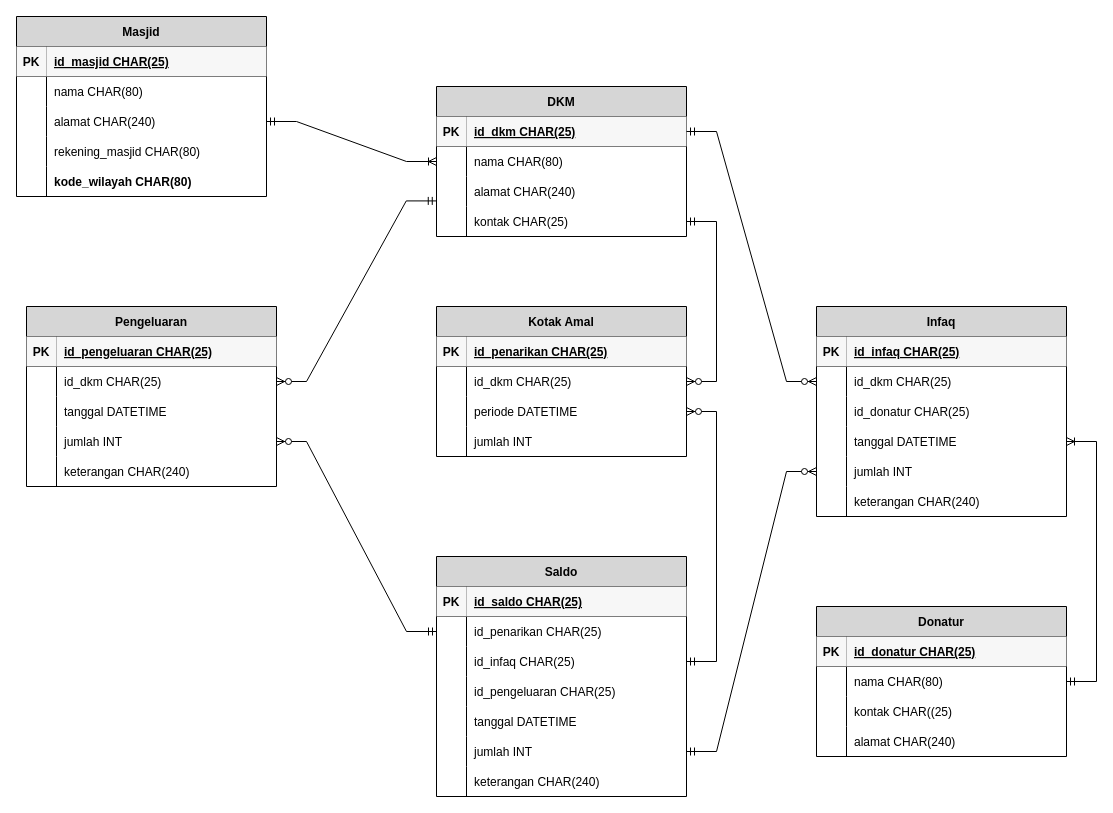
Above: pertemuan3/ERD.drawio in rifkymaulana6/IF214002 (draw.io), before the change. Source tidied: cells renumbered, new cells numbered last; positions are measured from the earlier drawing's top-left corner, leaving out a move shared by most shapes. Both pictures are drawn from the tidied source at 100%, with x=0, y=0 at pixel (16, 16).
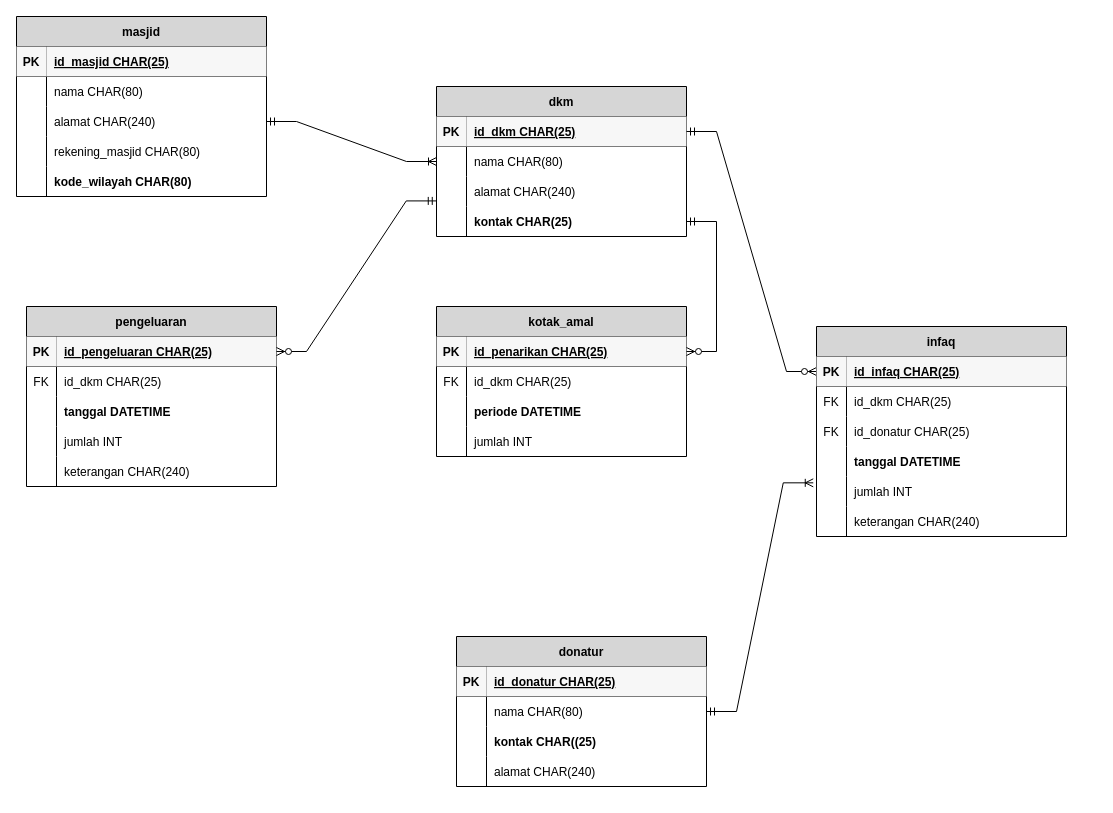
After the change.

Unchanged cells that the change refers to:
```xml
<mxCell id="19" style="shape=partialRectangle;fillColor=none;points=[[0,0.5],[1,0.5]];portConstraint=eastwest;top=0;left=0;right=0;bottom=1;" parent="18" vertex="1">
  <mxGeometry y="30" width="250" height="30" as="geometry" />
</mxCell>
<mxCell id="28" style="shape=partialRectangle;fillColor=none;points=[[0,0.5],[1,0.5]];portConstraint=eastwest;top=0;left=0;right=0;bottom=0;" parent="18" vertex="1">
  <mxGeometry y="120" width="250" height="30" as="geometry" />
</mxCell>
<mxCell id="33" style="shape=partialRectangle;fillColor=none;points=[[0,0.5],[1,0.5]];portConstraint=eastwest;top=0;left=0;right=0;bottom=1;" parent="32" vertex="1">
  <mxGeometry y="30" width="250" height="30" as="geometry" />
</mxCell>
<mxCell id="39" style="shape=partialRectangle;fillColor=none;points=[[0,0.5],[1,0.5]];portConstraint=eastwest;top=0;left=0;right=0;bottom=0;" parent="32" vertex="1">
  <mxGeometry y="90" width="250" height="30" as="geometry" />
</mxCell>
<mxCell id="47" style="shape=partialRectangle;fillColor=none;points=[[0,0.5],[1,0.5]];portConstraint=eastwest;top=0;left=0;right=0;bottom=1;" parent="46" vertex="1">
  <mxGeometry y="30" width="250" height="30" as="geometry" />
</mxCell>
<mxCell id="56" style="shape=partialRectangle;fillColor=none;points=[[0,0.5],[1,0.5]];portConstraint=eastwest;top=0;left=0;right=0;bottom=0;" parent="46" vertex="1">
  <mxGeometry y="120" width="250" height="30" as="geometry" />
</mxCell>
<mxCell id="59" style="shape=partialRectangle;fillColor=none;points=[[0,0.5],[1,0.5]];portConstraint=eastwest;top=0;left=0;right=0;bottom=0;" parent="46" vertex="1">
  <mxGeometry y="150" width="250" height="30" as="geometry" />
</mxCell>
<mxCell id="73" style="shape=partialRectangle;fillColor=none;top=0;left=0;right=0;bottom=0;" parent="66" vertex="1">
  <mxGeometry y="90" width="250" height="30" as="geometry" />
</mxCell>
<mxCell id="81" style="shape=partialRectangle;fillColor=none;points=[[0,0.5],[1,0.5]];portConstraint=eastwest;top=0;left=0;right=0;bottom=1;" parent="80" vertex="1">
  <mxGeometry y="30" width="250" height="30" as="geometry" />
</mxCell>
<mxCell id="87" style="shape=partialRectangle;fillColor=none;top=0;left=0;right=0;bottom=0;" parent="80" vertex="1">
  <mxGeometry y="90" width="250" height="30" as="geometry" />
</mxCell>
<mxCell id="90" style="shape=partialRectangle;fillColor=none;points=[[0,0.5],[1,0.5]];portConstraint=eastwest;top=0;left=0;right=0;bottom=0;" parent="80" vertex="1">
  <mxGeometry y="120" width="250" height="30" as="geometry" />
</mxCell>
```

Diff of the diagram source:
```diff
@@
-    <mxCell id="2" value="Masjid" style="shape=table;startSize=30;childLayout=tableLayout;rowLines=0;fontStyle=1;align=center;fillColor=#D6D6D6;" parent="1" vertex="1">
+    <mxCell id="2" value="masjid" style="shape=table;startSize=30;childLayout=tableLayout;rowLines=0;fontStyle=1;align=center;fillColor=#D6D6D6;" parent="1" vertex="1">
       <mxGeometry width="250" height="180" as="geometry" />
     </mxCell>
@@
-    <mxCell id="18" value="DKM" style="shape=table;startSize=30;childLayout=tableLayout;rowLines=0;fontStyle=1;align=center;fillColor=#D6D6D6;" parent="1" vertex="1">
+    <mxCell id="18" value="dkm" style="shape=table;startSize=30;childLayout=tableLayout;rowLines=0;fontStyle=1;align=center;fillColor=#D6D6D6;" parent="1" vertex="1">
       <mxGeometry x="420" y="70" width="250" height="150" as="geometry" />
     </mxCell>
@@
-    <mxCell id="30" value="kontak CHAR(25)" style="shape=partialRectangle;overflow=hidden;fillColor=none;top=0;left=0;bottom=0;right=0;align=left;spacingLeft=6;fontStyle=0;" parent="28" vertex="1">
+    <mxCell id="30" value="kontak CHAR(25)" style="shape=partialRectangle;overflow=hidden;fillColor=none;top=0;left=0;bottom=0;right=0;align=left;spacingLeft=6;fontStyle=1;" parent="28" vertex="1">
       <mxGeometry x="30" width="220" height="30" as="geometry" />
     </mxCell>
@@
-    <mxCell id="32" value="Kotak Amal" style="shape=table;startSize=30;childLayout=tableLayout;rowLines=0;fontStyle=1;align=center;fillColor=#D6D6D6;" parent="1" vertex="1">
+    <mxCell id="32" value="kotak_amal" style="shape=table;startSize=30;childLayout=tableLayout;rowLines=0;fontStyle=1;align=center;fillColor=#D6D6D6;" parent="1" vertex="1">
       <mxGeometry x="420" y="290" width="250" height="150" as="geometry" />
     </mxCell>
@@
-    <mxCell id="36" style="shape=partialRectangle;fillColor=none;points=[[0,0.5],[1,0.5]];portConstraint=eastwest;top=0;left=0;right=0;bottom=0;" parent="32" vertex="1">
-      <mxGeometry y="60" width="250" height="30" as="geometry" />
-    </mxCell>
-    <mxCell id="37" style="shape=partialRectangle;overflow=hidden;fillColor=none;top=0;left=0;bottom=0;right=0;" parent="36" vertex="1">
-      <mxGeometry width="30" height="30" as="geometry" />
-    </mxCell>
-    <mxCell id="38" value="id_dkm CHAR(25)" style="shape=partialRectangle;overflow=hidden;fillColor=none;top=0;left=0;bottom=0;right=0;align=left;spacingLeft=6;" parent="36" vertex="1">
-      <mxGeometry x="30" width="220" height="30" as="geometry" />
-    </mxCell>
+    <mxCell id="122" style="shape=tableRow;horizontal=0;startSize=0;swimlaneHead=0;swimlaneBody=0;fillColor=none;top=0;left=0;right=0;bottom=0;" parent="32" vertex="1">
+      <mxGeometry y="60" width="250" height="30" as="geometry" />
+    </mxCell>
+    <mxCell id="123" value="FK" style="shape=partialRectangle;fillColor=none;top=0;left=0;bottom=0;right=0;fontStyle=0;overflow=hidden;" parent="122" vertex="1">
+      <mxGeometry width="30" height="30" as="geometry" />
+    </mxCell>
+    <mxCell id="124" value="id_dkm CHAR(25)" style="shape=partialRectangle;fillColor=none;top=0;left=0;bottom=0;right=0;align=left;spacingLeft=6;fontStyle=0;overflow=hidden;" parent="122" vertex="1">
+      <mxGeometry x="30" width="220" height="30" as="geometry" />
+    </mxCell>
@@
-    <mxCell id="41" value="periode DATETIME" style="shape=partialRectangle;overflow=hidden;fillColor=none;top=0;left=0;bottom=0;right=0;align=left;spacingLeft=6;" parent="39" vertex="1">
+    <mxCell id="41" value="periode DATETIME" style="shape=partialRectangle;overflow=hidden;fillColor=none;top=0;left=0;bottom=0;right=0;align=left;spacingLeft=6;fontStyle=1;" parent="39" vertex="1">
       <mxGeometry x="30" width="220" height="30" as="geometry" />
     </mxCell>
@@
-    <mxCell id="45" style="edgeStyle=entityRelationEdgeStyle;fontSize=12;html=1;endArrow=ERzeroToMany;startArrow=ERmandOne;rounded=0;entryX=0;entryY=0.5;entryDx=0;entryDy=0;exitX=1;exitY=0.5;exitDx=0;exitDy=0;" parent="1" edge="1" source="19" target="50">
+    <mxCell id="45" style="edgeStyle=entityRelationEdgeStyle;fontSize=12;html=1;endArrow=ERzeroToMany;startArrow=ERmandOne;rounded=0;entryX=0;entryY=0.5;entryDx=0;entryDy=0;exitX=1;exitY=0.5;exitDx=0;exitDy=0;" parent="1" edge="1" source="19" target="47">
       <mxGeometry relative="1" as="geometry" />
     </mxCell>
-    <mxCell id="46" value="Infaq" style="shape=table;startSize=30;childLayout=tableLayout;rowLines=0;fontStyle=1;align=center;fillColor=#D6D6D6;" parent="1" vertex="1">
-      <mxGeometry x="800" y="290" width="250" height="210" as="geometry" />
+    <mxCell id="46" value="infaq" style="shape=table;startSize=30;childLayout=tableLayout;rowLines=0;fontStyle=1;align=center;fillColor=#D6D6D6;" parent="1" vertex="1">
+      <mxGeometry x="800" y="310" width="250" height="210" as="geometry" />
     </mxCell>
@@
-    <mxCell id="50" style="shape=partialRectangle;fillColor=none;points=[[0,0.5],[1,0.5]];portConstraint=eastwest;top=0;left=0;right=0;bottom=0;" parent="46" vertex="1">
-      <mxGeometry y="60" width="250" height="30" as="geometry" />
-    </mxCell>
-    <mxCell id="51" style="shape=partialRectangle;overflow=hidden;fillColor=none;top=0;left=0;bottom=0;right=0;" parent="50" vertex="1">
-      <mxGeometry width="30" height="30" as="geometry" />
-    </mxCell>
-    <mxCell id="52" value="id_dkm CHAR(25)" style="shape=partialRectangle;overflow=hidden;fillColor=none;top=0;left=0;bottom=0;right=0;align=left;spacingLeft=6;" parent="50" vertex="1">
-      <mxGeometry x="30" width="220" height="30" as="geometry" />
-    </mxCell>
-    <mxCell id="53" style="shape=partialRectangle;fillColor=none;top=0;left=0;right=0;bottom=0;" parent="46" vertex="1">
-      <mxGeometry y="90" width="250" height="30" as="geometry" />
-    </mxCell>
-    <mxCell id="54" style="shape=partialRectangle;overflow=hidden;fillColor=none;top=0;left=0;bottom=0;right=0;" parent="53" vertex="1">
-      <mxGeometry width="30" height="30" as="geometry" />
-    </mxCell>
+    <mxCell id="125" style="shape=tableRow;horizontal=0;startSize=0;swimlaneHead=0;swimlaneBody=0;fillColor=none;top=0;left=0;right=0;bottom=0;" parent="46" vertex="1">
+      <mxGeometry y="60" width="250" height="30" as="geometry" />
+    </mxCell>
+    <mxCell id="126" value="FK" style="shape=partialRectangle;fillColor=none;top=0;left=0;bottom=0;right=0;fontStyle=0;overflow=hidden;" parent="125" vertex="1">
+      <mxGeometry width="30" height="30" as="geometry" />
+    </mxCell>
+    <mxCell id="127" value="id_dkm CHAR(25)" style="shape=partialRectangle;fillColor=none;top=0;left=0;bottom=0;right=0;align=left;spacingLeft=6;fontStyle=0;overflow=hidden;" parent="125" vertex="1">
+      <mxGeometry x="30" width="220" height="30" as="geometry" />
+    </mxCell>
+    <mxCell id="128" style="shape=tableRow;horizontal=0;startSize=0;swimlaneHead=0;swimlaneBody=0;fillColor=none;top=0;left=0;right=0;bottom=0;" parent="46" vertex="1">
+      <mxGeometry y="90" width="250" height="30" as="geometry" />
+    </mxCell>
+    <mxCell id="129" value="FK" style="shape=partialRectangle;fillColor=none;top=0;left=0;bottom=0;right=0;fontStyle=0;overflow=hidden;" parent="128" vertex="1">
+      <mxGeometry width="30" height="30" as="geometry" />
+    </mxCell>
-    <mxCell id="55" value="id_donatur CHAR(25)" style="shape=partialRectangle;overflow=hidden;fillColor=none;top=0;left=0;bottom=0;right=0;align=left;spacingLeft=6;" parent="53" vertex="1">
+    <mxCell id="55" value="id_donatur CHAR(25)" style="shape=partialRectangle;fillColor=none;top=0;left=0;bottom=0;right=0;align=left;spacingLeft=6;fontStyle=0;overflow=hidden;" parent="128" vertex="1">
       <mxGeometry x="30" width="220" height="30" as="geometry" />
     </mxCell>
@@
-    <mxCell id="58" value="tanggal DATETIME" style="shape=partialRectangle;overflow=hidden;fillColor=none;top=0;left=0;bottom=0;right=0;align=left;spacingLeft=6;" parent="56" vertex="1">
+    <mxCell id="58" value="tanggal DATETIME" style="shape=partialRectangle;overflow=hidden;fillColor=none;top=0;left=0;bottom=0;right=0;align=left;spacingLeft=6;fontStyle=1;" parent="56" vertex="1">
       <mxGeometry x="30" width="220" height="30" as="geometry" />
     </mxCell>
@@
-    <mxCell id="65" style="edgeStyle=entityRelationEdgeStyle;fontSize=12;html=1;endArrow=ERzeroToMany;startArrow=ERmandOne;rounded=0;entryX=1;entryY=0.5;entryDx=0;entryDy=0;exitX=1;exitY=0.5;exitDx=0;exitDy=0;" parent="1" edge="1" source="28" target="36">
+    <mxCell id="65" style="edgeStyle=entityRelationEdgeStyle;fontSize=12;html=1;endArrow=ERzeroToMany;startArrow=ERmandOne;rounded=0;entryX=1;entryY=0.5;entryDx=0;entryDy=0;exitX=1;exitY=0.5;exitDx=0;exitDy=0;" parent="1" edge="1" source="28" target="33">
       <mxGeometry relative="1" as="geometry" />
     </mxCell>
-    <mxCell id="66" value="Donatur" style="shape=table;startSize=30;childLayout=tableLayout;rowLines=0;fontStyle=1;align=center;fillColor=#D6D6D6;" parent="1" vertex="1">
-      <mxGeometry x="800" y="590" width="250" height="150" as="geometry" />
+    <mxCell id="66" value="donatur" style="shape=table;startSize=30;childLayout=tableLayout;rowLines=0;fontStyle=1;align=center;fillColor=#D6D6D6;" parent="1" vertex="1">
+      <mxGeometry x="440" y="620" width="250" height="150" as="geometry" />
     </mxCell>
@@
-    <mxCell id="75" value="kontak CHAR((25)" style="shape=partialRectangle;overflow=hidden;fillColor=none;top=0;left=0;bottom=0;right=0;align=left;spacingLeft=6;" parent="73" vertex="1">
+    <mxCell id="75" value="kontak CHAR((25)" style="shape=partialRectangle;overflow=hidden;fillColor=none;top=0;left=0;bottom=0;right=0;align=left;spacingLeft=6;fontStyle=1;" parent="73" vertex="1">
       <mxGeometry x="30" width="220" height="30" as="geometry" />
     </mxCell>
@@
-    <mxCell id="79" style="edgeStyle=entityRelationEdgeStyle;fontSize=12;html=1;endArrow=ERoneToMany;startArrow=ERmandOne;rounded=0;entryX=1;entryY=0.5;entryDx=0;entryDy=0;" parent="1" edge="1" source="66" target="56">
+    <mxCell id="79" style="edgeStyle=entityRelationEdgeStyle;fontSize=12;html=1;endArrow=ERoneToMany;startArrow=ERmandOne;rounded=0;entryX=-0.013;entryY=1.211;entryDx=0;entryDy=0;entryPerimeter=0;" parent="1" edge="1" source="66" target="56">
       <mxGeometry relative="1" as="geometry" />
     </mxCell>
-    <mxCell id="80" value="Pengeluaran" style="shape=table;startSize=30;childLayout=tableLayout;rowLines=0;fontStyle=1;align=center;fillColor=#D6D6D6;" parent="1" vertex="1">
+    <mxCell id="80" value="pengeluaran" style="shape=table;startSize=30;childLayout=tableLayout;rowLines=0;fontStyle=1;align=center;fillColor=#D6D6D6;" parent="1" vertex="1">
       <mxGeometry x="10" y="290" width="250" height="180" as="geometry" />
     </mxCell>
@@
-    <mxCell id="84" style="shape=partialRectangle;fillColor=none;points=[[0,0.5],[1,0.5]];portConstraint=eastwest;top=0;left=0;right=0;bottom=0;" parent="80" vertex="1">
-      <mxGeometry y="60" width="250" height="30" as="geometry" />
-    </mxCell>
-    <mxCell id="85" style="shape=partialRectangle;overflow=hidden;fillColor=none;top=0;left=0;bottom=0;right=0;" parent="84" vertex="1">
-      <mxGeometry width="30" height="30" as="geometry" />
-    </mxCell>
-    <mxCell id="86" value="id_dkm CHAR(25)" style="shape=partialRectangle;overflow=hidden;fillColor=none;top=0;left=0;bottom=0;right=0;align=left;spacingLeft=6;" parent="84" vertex="1">
-      <mxGeometry x="30" width="220" height="30" as="geometry" />
-    </mxCell>
+    <mxCell id="130" style="shape=tableRow;horizontal=0;startSize=0;swimlaneHead=0;swimlaneBody=0;fillColor=none;top=0;left=0;right=0;bottom=0;" parent="80" vertex="1">
+      <mxGeometry y="60" width="250" height="30" as="geometry" />
+    </mxCell>
+    <mxCell id="131" value="FK" style="shape=partialRectangle;fillColor=none;top=0;left=0;bottom=0;right=0;fontStyle=0;overflow=hidden;" parent="130" vertex="1">
+      <mxGeometry width="30" height="30" as="geometry" />
+    </mxCell>
+    <mxCell id="132" value="id_dkm CHAR(25)" style="shape=partialRectangle;fillColor=none;top=0;left=0;bottom=0;right=0;align=left;spacingLeft=6;fontStyle=0;overflow=hidden;" parent="130" vertex="1">
+      <mxGeometry x="30" width="220" height="30" as="geometry" />
+    </mxCell>
@@
-    <mxCell id="89" value="tanggal DATETIME" style="shape=partialRectangle;overflow=hidden;fillColor=none;top=0;left=0;bottom=0;right=0;align=left;spacingLeft=6;" parent="87" vertex="1">
+    <mxCell id="89" value="tanggal DATETIME" style="shape=partialRectangle;overflow=hidden;fillColor=none;top=0;left=0;bottom=0;right=0;align=left;spacingLeft=6;fontStyle=1;" parent="87" vertex="1">
       <mxGeometry x="30" width="220" height="30" as="geometry" />
     </mxCell>
@@
-    <mxCell id="96" style="edgeStyle=entityRelationEdgeStyle;fontSize=12;html=1;endArrow=ERzeroToMany;startArrow=ERmandOne;rounded=0;entryX=1;entryY=0.5;entryDx=0;entryDy=0;exitX=-0.001;exitY=-0.186;exitDx=0;exitDy=0;exitPerimeter=0;" parent="1" edge="1" source="28" target="84">
+    <mxCell id="96" style="edgeStyle=entityRelationEdgeStyle;fontSize=12;html=1;endArrow=ERzeroToMany;startArrow=ERmandOne;rounded=0;entryX=1;entryY=0.5;entryDx=0;entryDy=0;exitX=-0.001;exitY=-0.186;exitDx=0;exitDy=0;exitPerimeter=0;" parent="1" edge="1" source="28" target="81">
       <mxGeometry relative="1" as="geometry" />
     </mxCell>
-    <mxCell id="97" value="Saldo" style="shape=table;startSize=30;childLayout=tableLayout;rowLines=0;fontStyle=1;align=center;fillColor=#D6D6D6;" parent="1" vertex="1">
-      <mxGeometry x="420" y="540" width="250" height="240" as="geometry" />
-    </mxCell>
-    <mxCell id="98" style="shape=partialRectangle;fillColor=none;top=0;left=0;right=0;bottom=1;" parent="97" vertex="1">
-      <mxGeometry y="30" width="250" height="30" as="geometry" />
-    </mxCell>
-    <mxCell id="99" value="PK" style="shape=partialRectangle;overflow=hidden;fillColor=#F7F7F7;top=0;left=0;bottom=0;right=0;fontStyle=1;strokeColor=#EDEDED;" parent="98" vertex="1">
-      <mxGeometry width="30" height="30" as="geometry" />
-    </mxCell>
-    <mxCell id="100" value="id_saldo CHAR(25)" style="shape=partialRectangle;overflow=hidden;fillColor=#F7F7F7;top=0;left=0;bottom=0;right=0;align=left;spacingLeft=6;fontStyle=5;strokeColor=#EDEDED;" parent="98" vertex="1">
-      <mxGeometry x="30" width="220" height="30" as="geometry" />
-    </mxCell>
-    <mxCell id="101" style="shape=partialRectangle;fillColor=none;points=[[0,0.5],[1,0.5]];portConstraint=eastwest;top=0;left=0;right=0;bottom=0;" parent="97" vertex="1">
-      <mxGeometry y="60" width="250" height="30" as="geometry" />
-    </mxCell>
-    <mxCell id="102" style="shape=partialRectangle;overflow=hidden;fillColor=none;top=0;left=0;bottom=0;right=0;" parent="101" vertex="1">
-      <mxGeometry width="30" height="30" as="geometry" />
-    </mxCell>
-    <mxCell id="103" value="id_penarikan CHAR(25)" style="shape=partialRectangle;overflow=hidden;fillColor=none;top=0;left=0;bottom=0;right=0;align=left;spacingLeft=6;" parent="101" vertex="1">
-      <mxGeometry x="30" width="220" height="30" as="geometry" />
-    </mxCell>
-    <mxCell id="104" style="shape=partialRectangle;fillColor=none;points=[[0,0.5],[1,0.5]];portConstraint=eastwest;top=0;left=0;right=0;bottom=0;" parent="97" vertex="1">
-      <mxGeometry y="90" width="250" height="30" as="geometry" />
-    </mxCell>
-    <mxCell id="105" style="shape=partialRectangle;overflow=hidden;fillColor=none;top=0;left=0;bottom=0;right=0;" parent="104" vertex="1">
-      <mxGeometry width="30" height="30" as="geometry" />
-    </mxCell>
-    <mxCell id="106" value="id_infaq CHAR(25)" style="shape=partialRectangle;overflow=hidden;fillColor=none;top=0;left=0;bottom=0;right=0;align=left;spacingLeft=6;" parent="104" vertex="1">
-      <mxGeometry x="30" width="220" height="30" as="geometry" />
-    </mxCell>
-    <mxCell id="107" style="shape=partialRectangle;fillColor=none;top=0;left=0;right=0;bottom=0;" parent="97" vertex="1">
-      <mxGeometry y="120" width="250" height="30" as="geometry" />
-    </mxCell>
-    <mxCell id="108" style="shape=partialRectangle;overflow=hidden;fillColor=none;top=0;left=0;bottom=0;right=0;" parent="107" vertex="1">
-      <mxGeometry width="30" height="30" as="geometry" />
-    </mxCell>
-    <mxCell id="109" value="id_pengeluaran CHAR(25)" style="shape=partialRectangle;overflow=hidden;fillColor=none;top=0;left=0;bottom=0;right=0;align=left;spacingLeft=6;" parent="107" vertex="1">
-      <mxGeometry x="30" width="220" height="30" as="geometry" />
-    </mxCell>
-    <mxCell id="110" style="shape=partialRectangle;fillColor=none;top=0;left=0;right=0;bottom=0;" parent="97" vertex="1">
-      <mxGeometry y="150" width="250" height="30" as="geometry" />
-    </mxCell>
-    <mxCell id="111" style="shape=partialRectangle;overflow=hidden;fillColor=none;top=0;left=0;bottom=0;right=0;" parent="110" vertex="1">
-      <mxGeometry width="30" height="30" as="geometry" />
-    </mxCell>
-    <mxCell id="112" value="tanggal DATETIME" style="shape=partialRectangle;overflow=hidden;fillColor=none;top=0;left=0;bottom=0;right=0;align=left;spacingLeft=6;" parent="110" vertex="1">
-      <mxGeometry x="30" width="220" height="30" as="geometry" />
-    </mxCell>
-    <mxCell id="113" style="shape=partialRectangle;fillColor=none;points=[[0,0.5],[1,0.5]];portConstraint=eastwest;top=0;left=0;right=0;bottom=0;" parent="97" vertex="1">
-      <mxGeometry y="180" width="250" height="30" as="geometry" />
-    </mxCell>
-    <mxCell id="114" style="shape=partialRectangle;overflow=hidden;fillColor=none;top=0;left=0;bottom=0;right=0;" parent="113" vertex="1">
-      <mxGeometry width="30" height="30" as="geometry" />
-    </mxCell>
-    <mxCell id="115" value="jumlah INT" style="shape=partialRectangle;overflow=hidden;fillColor=none;top=0;left=0;bottom=0;right=0;align=left;spacingLeft=6;fontStyle=0;" parent="113" vertex="1">
-      <mxGeometry x="30" width="220" height="30" as="geometry" />
-    </mxCell>
-    <mxCell id="116" style="shape=partialRectangle;fillColor=none;top=0;left=0;right=0;bottom=0;" parent="97" vertex="1">
-      <mxGeometry y="210" width="250" height="30" as="geometry" />
-    </mxCell>
-    <mxCell id="117" style="shape=partialRectangle;overflow=hidden;fillColor=none;top=0;left=0;bottom=0;right=0;" parent="116" vertex="1">
-      <mxGeometry width="30" height="30" as="geometry" />
-    </mxCell>
-    <mxCell id="118" value="keterangan CHAR(240)" style="shape=partialRectangle;overflow=hidden;fillColor=none;top=0;left=0;bottom=0;right=0;align=left;spacingLeft=6;fontStyle=0;" parent="116" vertex="1">
-      <mxGeometry x="30" width="220" height="30" as="geometry" />
-    </mxCell>
-    <mxCell id="119" style="edgeStyle=entityRelationEdgeStyle;fontSize=12;html=1;endArrow=ERzeroToMany;startArrow=ERmandOne;rounded=0;exitX=0;exitY=0.5;exitDx=0;exitDy=0;entryX=1;entryY=0.5;entryDx=0;entryDy=0;" parent="1" edge="1" source="101" target="90">
-      <mxGeometry relative="1" as="geometry" />
-    </mxCell>
-    <mxCell id="120" style="edgeStyle=entityRelationEdgeStyle;fontSize=12;html=1;endArrow=ERzeroToMany;startArrow=ERmandOne;rounded=0;exitX=1;exitY=0.5;exitDx=0;exitDy=0;entryX=0;entryY=0.5;entryDx=0;entryDy=0;" parent="1" edge="1" source="113" target="59">
-      <mxGeometry relative="1" as="geometry" />
-    </mxCell>
-    <mxCell id="121" style="edgeStyle=entityRelationEdgeStyle;fontSize=12;html=1;endArrow=ERzeroToMany;startArrow=ERmandOne;rounded=0;exitX=1;exitY=0.5;exitDx=0;exitDy=0;entryX=1;entryY=0.5;entryDx=0;entryDy=0;" parent="1" edge="1" source="104" target="39">
-      <mxGeometry relative="1" as="geometry" />
-    </mxCell>
```
